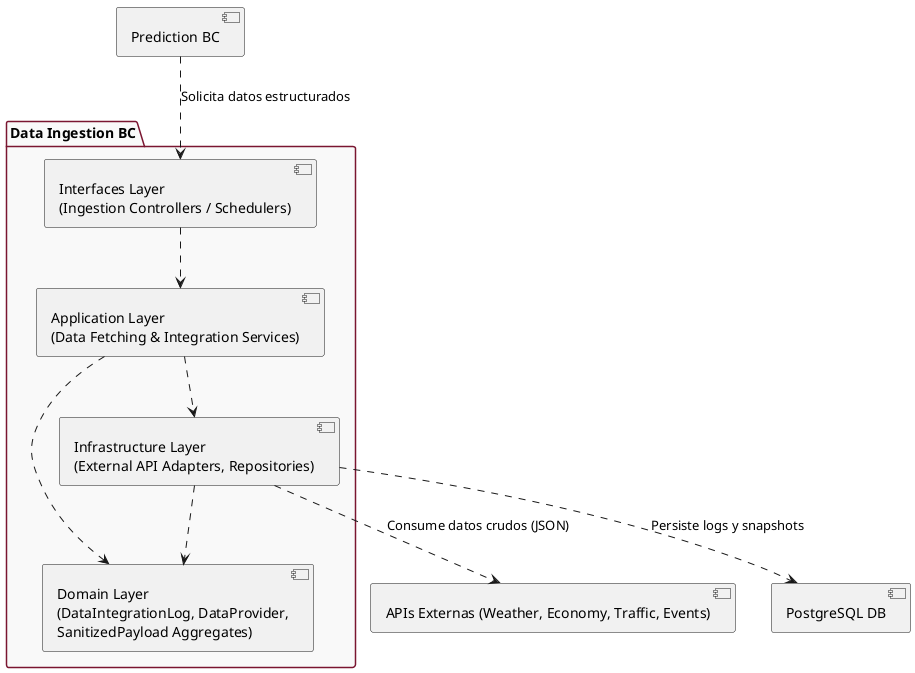
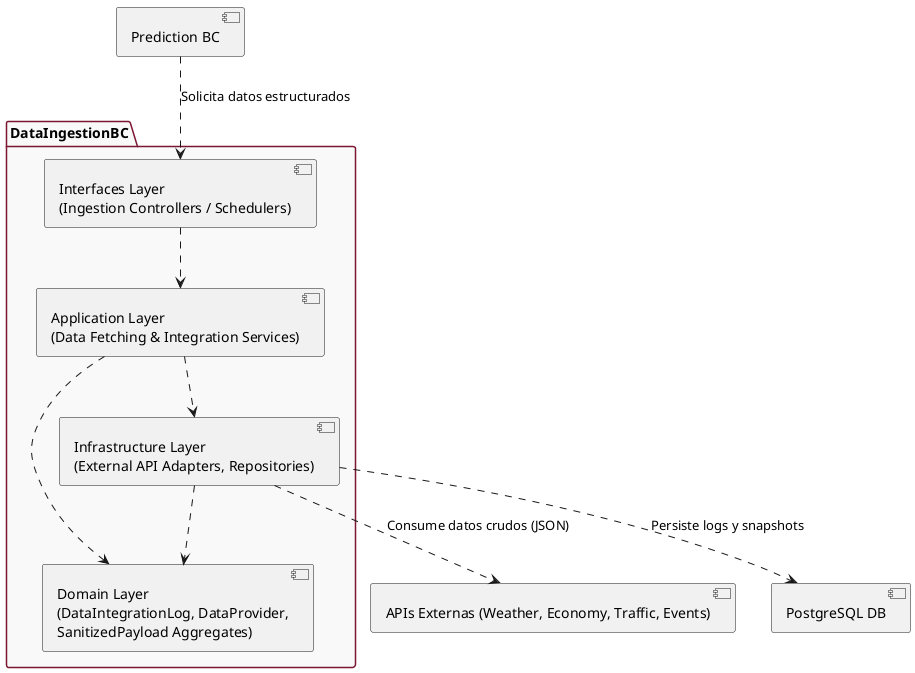
- @startuml "Capas - Data Ingestion BC"
+ @startuml "Capas - DataIngestionBC"
skinparam componentStyle uml2
skinparam package {
  BackgroundColor #F9F9F9
  BorderColor #7A1631
}


- package "Data Ingestion BC" {
+ package "DataIngestionBC" {

  component [Domain Layer\n(DataIntegrationLog, DataProvider,\nSanitizedPayload Aggregates)] as Domain

  component [Application Layer\n(Data Fetching & Integration Services)] as Application

  component [Interfaces Layer\n(Ingestion Controllers / Schedulers)] as Interfaces

  component [Infrastructure Layer\n(External API Adapters, Repositories)] as Infra

  Interfaces ..> Application
  Application ..> Domain
  Application ..> Infra
  Infra ..> Domain
}

[Prediction BC] ..> Interfaces : "Solicita datos estructurados"
Infra ..> [APIs Externas (Weather, Economy, Traffic, Events)] : "Consume datos crudos (JSON)"
Infra ..> [PostgreSQL DB] : "Persiste logs y snapshots"

@enduml
